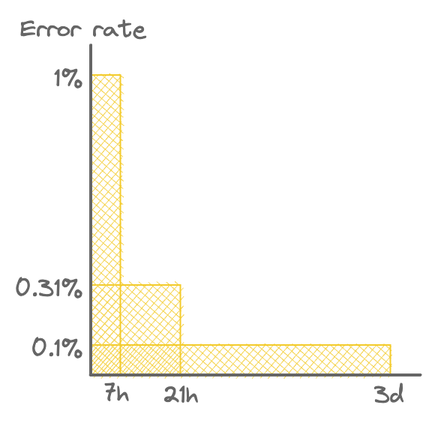
Earlier version of the Excalidraw export public/assets/alerting/10-pc-budget.png (ThomWright/ThomWright.github.io). Source tidied: one line per element, renumbered; positions are measured from the earlier drawing's top-left corner, leaving out a move shared by most shapes.
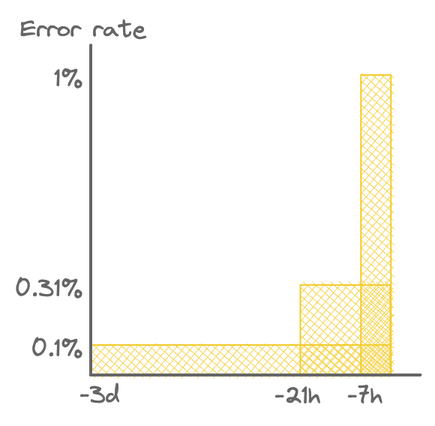
The same diagram one commit later.

The edit, as a diff of the source:
```diff
@@ -1,12 +1,12 @@
-{"id": 0, "type": "rectangle", "strokeColor": "#f3cb2b", "backgroundColor": "#f5d451", "fillStyle": "cross-hatch", "strokeWidth": 1, "roughness": 0, "x": 50, "y": 180, "width": 60, "height": 60}
+{"id": 0, "type": "rectangle", "strokeColor": "#f3cb2b", "backgroundColor": "#f5d451", "fillStyle": "cross-hatch", "strokeWidth": 1, "roughness": 0, "x": 190, "y": 180, "width": 60, "height": 60}
-{"id": 1, "type": "rectangle", "strokeColor": "#f3cb2b", "backgroundColor": "#f5d451", "fillStyle": "cross-hatch", "strokeWidth": 1, "roughness": 0, "x": 50, "y": 220, "width": 200, "height": 20}
+{"id": 1, "type": "rectangle", "strokeColor": "#f3cb2b", "backgroundColor": "#f5d451", "fillStyle": "cross-hatch", "strokeWidth": 1, "roughness": 0, "x": 51, "y": 220, "width": 200, "height": 20}
-{"id": 2, "type": "text", "text": "3d", "strokeColor": "#666", "backgroundColor": "#f0816a", "fillStyle": "cross-hatch", "strokeWidth": 1, "roughness": 0, "fontSize": 16, "fontFamily": 1, "x": 239, "y": 244, "width": 20, "height": 20}
+{"id": 2, "type": "text", "text": "-3d", "strokeColor": "#666", "backgroundColor": "#f0816a", "fillStyle": "cross-hatch", "strokeWidth": 1, "roughness": 0, "fontSize": 16, "fontFamily": 1, "x": 43, "y": 244, "width": 27, "height": 20}
 {"id": 3, "type": "text", "text": "0.1%", "strokeColor": "#666", "backgroundColor": "white", "fillStyle": "solid", "strokeWidth": 2, "roughness": 0, "fontSize": 16, "fontFamily": 1, "x": 11, "y": 213, "width": 35, "height": 20}
 {"id": 4, "type": "text", "text": "Error rate", "strokeColor": "#666", "strokeWidth": 1, "strokeStyle": "dotted", "roughness": 0, "fontSize": 16, "fontFamily": 1, "x": 3, "y": 0, "width": 84, "height": 20}
 {"id": 5, "type": "text", "text": "1%", "strokeColor": "#666", "backgroundColor": "white", "fillStyle": "solid", "strokeWidth": 2, "roughness": 0, "fontSize": 16, "fontFamily": 1, "x": 26, "y": 33, "width": 19, "height": 20}
-{"id": 6, "type": "rectangle", "strokeColor": "#f3cb2b", "backgroundColor": "#f5d451", "fillStyle": "cross-hatch", "strokeWidth": 1, "roughness": 0, "x": 50, "y": 40, "width": 20, "height": 200}
+{"id": 6, "type": "rectangle", "strokeColor": "#f3cb2b", "backgroundColor": "#f5d451", "fillStyle": "cross-hatch", "strokeWidth": 1, "roughness": 0, "x": 231, "y": 40, "width": 20, "height": 200}
 {"id": 7, "type": "line", "strokeColor": "#666", "backgroundColor": "white", "fillStyle": "solid", "strokeWidth": 2, "roughness": 0, "x": 51, "y": 20, "width": 0, "height": 220, "points": [[0, 0], [0, 220]]}
 {"id": 8, "type": "line", "strokeColor": "#666", "backgroundColor": "white", "fillStyle": "solid", "strokeWidth": 2, "roughness": 0, "x": 50, "y": 240, "width": 220, "height": 0, "points": [[0, 0], [220, 0]]}
 {"id": 9, "type": "text", "text": "0.31%", "strokeColor": "#666", "backgroundColor": "white", "fillStyle": "solid", "strokeWidth": 2, "roughness": 0, "fontSize": 16, "fontFamily": 1, "x": 0, "y": 173, "width": 46, "height": 20}
-{"id": 10, "type": "text", "text": "7h", "strokeColor": "#666", "backgroundColor": "white", "fillStyle": "solid", "strokeWidth": 2, "roughness": 0, "fontSize": 16, "fontFamily": 1, "x": 59, "y": 243, "width": 17, "height": 20}
+{"id": 10, "type": "text", "text": "-7h", "strokeColor": "#666", "backgroundColor": "white", "fillStyle": "solid", "strokeWidth": 2, "roughness": 0, "fontSize": 16, "fontFamily": 1, "x": 222, "y": 244, "width": 23, "height": 20}
-{"id": 11, "type": "text", "text": "21h", "strokeColor": "#666", "backgroundColor": "white", "fillStyle": "solid", "strokeWidth": 2, "roughness": 0, "fontSize": 16, "fontFamily": 1, "x": 98, "y": 244, "width": 24, "height": 20}
+{"id": 11, "type": "text", "text": "-21h", "strokeColor": "#666", "backgroundColor": "white", "fillStyle": "solid", "strokeWidth": 2, "roughness": 0, "fontSize": 16, "fontFamily": 1, "x": 173, "y": 244, "width": 30, "height": 20}
```
